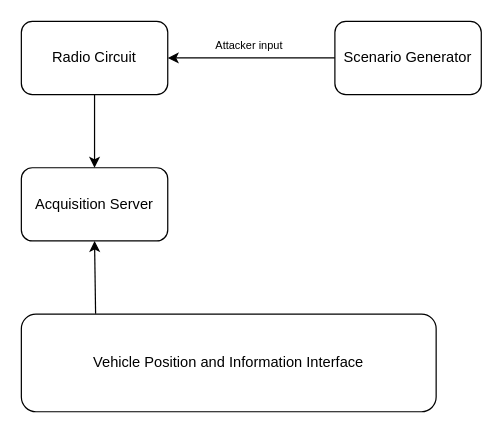
Earlier version of the draw.io diagram page "Blockdiagram" (1 of 3) of GNSS Datalogger Blockdiagram.drawio (torejohansson97/tightly-coupled-gnss-data-logger). Source tidied: cells renumbered, new cells numbered last; positions are measured from the earlier drawing's top-left corner, leaving out a move shared by most shapes. Both pictures are drawn from the tidied source at 122%, with x=0, y=0 at pixel (21, 21).
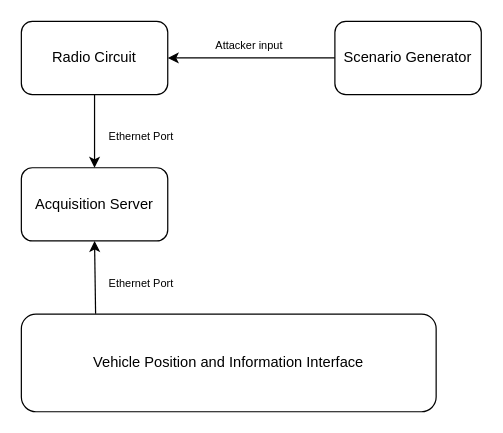
After the change.

Commit message:
Added Ethernet labels on main diagram

Diff of the diagram source:
```diff
@@
 <mxGraphModel>
   <root>
     <mxCell id="0" />
     <mxCell id="1" parent="0" />
     <mxCell id="2" value="Vehicle Position and Information Interface " style="rounded=1;whiteSpace=wrap;html=1;" parent="1" vertex="1">
       <mxGeometry y="240" width="340" height="80" as="geometry" />
     </mxCell>
     <mxCell id="3" value="Acquisition Server" style="rounded=1;whiteSpace=wrap;html=1;" parent="1" vertex="1">
       <mxGeometry y="120" width="120" height="60" as="geometry" />
     </mxCell>
     <mxCell id="4" style="edgeStyle=orthogonalEdgeStyle;rounded=0;jettySize=auto;html=1;entryX=1;entryY=0.5;entryDx=0;entryDy=0;fontSize=20;" parent="1" edge="1" source="5" target="8">
       <mxGeometry relative="1" as="geometry" />
     </mxCell>
     <mxCell id="5" value="Scenario Generator" style="rounded=1;whiteSpace=wrap;html=1;" parent="1" vertex="1">
       <mxGeometry x="257" width="120" height="60" as="geometry" />
     </mxCell>
     <mxCell id="6" style="endArrow=classic;html=1;rounded=0;entryX=0.5;entryY=1;entryDx=0;entryDy=0;exitX=0.179;exitY=-0.005;exitDx=0;exitDy=0;exitPerimeter=0;" parent="1" edge="1" source="2" target="3">
       <mxGeometry relative="1" as="geometry" />
     </mxCell>
     <mxCell id="7" style="edgeStyle=orthogonalEdgeStyle;rounded=0;jettySize=auto;html=1;entryX=0.5;entryY=0;entryDx=0;entryDy=0;fontSize=20;" parent="1" edge="1" source="8" target="3">
       <mxGeometry relative="1" as="geometry" />
     </mxCell>
     <mxCell id="8" value="Radio Circuit" style="rounded=1;whiteSpace=wrap;html=1;" parent="1" vertex="1">
       <mxGeometry width="120" height="60" as="geometry" />
     </mxCell>
     <mxCell id="9" value="&lt;font style=&quot;font-size: 9px;&quot;&gt;Attacker input&lt;/font&gt;" style="text;html=1;strokeColor=none;fillColor=none;align=center;verticalAlign=middle;whiteSpace=wrap;rounded=0;fontSize=20;" parent="1" vertex="1">
       <mxGeometry x="127" width="120" height="30" as="geometry" />
     </mxCell>
+    <mxCell id="10" value="Ethernet Port" style="text;html=1;strokeColor=none;fillColor=none;align=center;verticalAlign=middle;whiteSpace=wrap;rounded=0;fontSize=9;" parent="1" vertex="1">
+      <mxGeometry x="60" y="80" width="77" height="30" as="geometry" />
+    </mxCell>
+    <mxCell id="11" value="Ethernet Port" style="text;html=1;strokeColor=none;fillColor=none;align=center;verticalAlign=middle;whiteSpace=wrap;rounded=0;fontSize=9;" parent="1" vertex="1">
+      <mxGeometry x="60" y="200" width="77" height="30" as="geometry" />
+    </mxCell>
   </root>
 </mxGraphModel>
```
